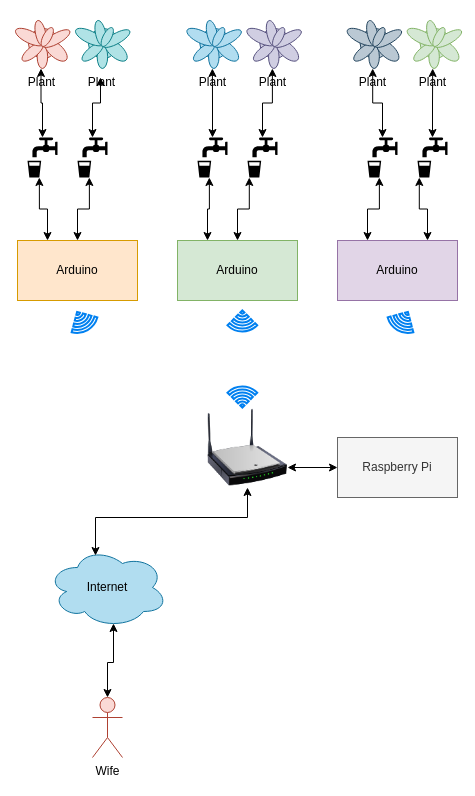
Before: Misc/diagrams/diagram.drawio in marcosolina/watering_can, a draw.io diagram. Source tidied: cells renumbered, new cells numbered last; positions are measured from the earlier drawing's top-left corner, leaving out a move shared by most shapes. Both pictures are drawn from the tidied source at 100%, with x=0, y=0 at pixel (17, 17).
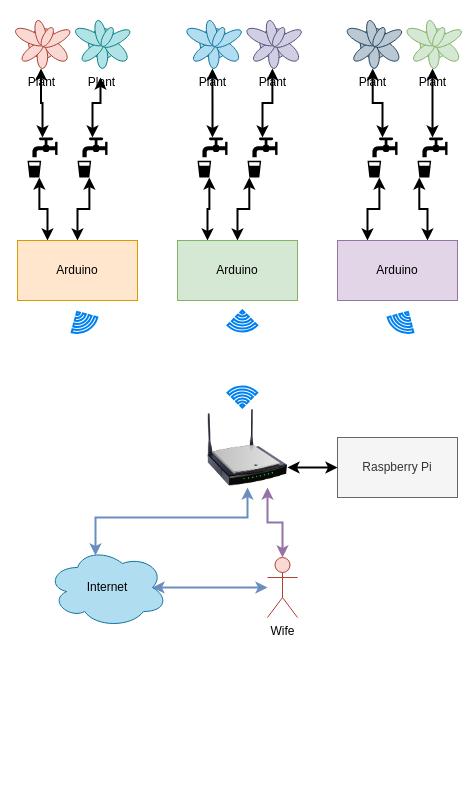
Above is the later version.

The change refers to these unchanged cells:
```xml
<mxCell id="2" value="Raspberry Pi" style="rounded=0;whiteSpace=wrap;html=1;fillColor=#f5f5f5;strokeColor=#666666;fontColor=#333333;" parent="1" vertex="1">
  <mxGeometry x="320" y="420" width="120" height="60" as="geometry" />
</mxCell>
<mxCell id="5" value="Arduino" style="rounded=0;whiteSpace=wrap;html=1;fillColor=#ffe6cc;strokeColor=#d79b00;" parent="1" vertex="1">
  <mxGeometry y="223" width="120" height="60" as="geometry" />
</mxCell>
<mxCell id="8" value="Arduino" style="rounded=0;whiteSpace=wrap;html=1;fillColor=#d5e8d4;strokeColor=#82b366;" parent="1" vertex="1">
  <mxGeometry x="160" y="223" width="120" height="60" as="geometry" />
</mxCell>
<mxCell id="11" value="Arduino" style="rounded=0;whiteSpace=wrap;html=1;fillColor=#e1d5e7;strokeColor=#9673a6;" parent="1" vertex="1">
  <mxGeometry x="320" y="223" width="120" height="60" as="geometry" />
</mxCell>
<mxCell id="13" style="shape=mxgraph.signs.food.drinking_water_2;html=1;fillColor=#000000;strokeColor=none;verticalLabelPosition=bottom;verticalAlign=top;align=center;" parent="1" vertex="1">
  <mxGeometry x="350" y="120" width="30" height="40" as="geometry" />
</mxCell>
<mxCell id="15" style="shape=mxgraph.signs.food.drinking_water_2;html=1;fillColor=#000000;strokeColor=none;verticalLabelPosition=bottom;verticalAlign=top;align=center;" parent="1" vertex="1">
  <mxGeometry x="400" y="120" width="30" height="40" as="geometry" />
</mxCell>
<mxCell id="17" style="shape=mxgraph.signs.food.drinking_water_2;html=1;fillColor=#000000;strokeColor=none;verticalLabelPosition=bottom;verticalAlign=top;align=center;" parent="1" vertex="1">
  <mxGeometry x="10" y="120" width="30" height="40" as="geometry" />
</mxCell>
<mxCell id="19" style="shape=mxgraph.signs.food.drinking_water_2;html=1;fillColor=#000000;strokeColor=none;verticalLabelPosition=bottom;verticalAlign=top;align=center;" parent="1" vertex="1">
  <mxGeometry x="60" y="120" width="30" height="40" as="geometry" />
</mxCell>
<mxCell id="21" style="shape=mxgraph.signs.food.drinking_water_2;html=1;fillColor=#000000;strokeColor=none;verticalLabelPosition=bottom;verticalAlign=top;align=center;" parent="1" vertex="1">
  <mxGeometry x="230" y="120" width="30" height="40" as="geometry" />
</mxCell>
<mxCell id="23" style="shape=mxgraph.signs.food.drinking_water_2;html=1;fillColor=#000000;strokeColor=none;verticalLabelPosition=bottom;verticalAlign=top;align=center;" parent="1" vertex="1">
  <mxGeometry x="180" y="120" width="30" height="40" as="geometry" />
</mxCell>
<mxCell id="28" value="Internet" style="ellipse;shape=cloud;whiteSpace=wrap;html=1;fillColor=#b1ddf0;strokeColor=#10739e;" parent="1" vertex="1">
  <mxGeometry x="30" y="530" width="120" height="80" as="geometry" />
</mxCell>
<mxCell id="31" style="image;html=1;image=img/lib/clip_art/networking/Wireless_Router_N_128x128.png;" parent="1" vertex="1">
  <mxGeometry x="190" y="390" width="80" height="80" as="geometry" />
</mxCell>
<mxCell id="34" value="Plant" style="verticalLabelPosition=bottom;html=1;verticalAlign=top;align=center;shape=mxgraph.floorplan.plant;fillColor=#fad9d5;strokeColor=#ae4132;" parent="1" vertex="1">
  <mxGeometry width="47" height="51" as="geometry" />
</mxCell>
<mxCell id="35" value="Plant" style="verticalLabelPosition=bottom;html=1;verticalAlign=top;align=center;shape=mxgraph.floorplan.plant;fillColor=#b0e3e6;strokeColor=#0e8088;" parent="1" vertex="1">
  <mxGeometry x="60" width="47" height="51" as="geometry" />
</mxCell>
<mxCell id="36" value="Plant" style="verticalLabelPosition=bottom;html=1;verticalAlign=top;align=center;shape=mxgraph.floorplan.plant;fillColor=#b1ddf0;strokeColor=#10739e;" parent="1" vertex="1">
  <mxGeometry x="171.4" width="47" height="51" as="geometry" />
</mxCell>
<mxCell id="37" value="Plant" style="verticalLabelPosition=bottom;html=1;verticalAlign=top;align=center;shape=mxgraph.floorplan.plant;fillColor=#d0cee2;strokeColor=#56517e;" parent="1" vertex="1">
  <mxGeometry x="231.4" width="47" height="51" as="geometry" />
</mxCell>
<mxCell id="38" value="Plant" style="verticalLabelPosition=bottom;html=1;verticalAlign=top;align=center;shape=mxgraph.floorplan.plant;fillColor=#bac8d3;strokeColor=#23445d;" parent="1" vertex="1">
  <mxGeometry x="331.7" width="47" height="51" as="geometry" />
</mxCell>
```

Diff of the diagram source:
```diff
@@
-    <mxCell id="3" style="edgeStyle=orthogonalEdgeStyle;rounded=0;jettySize=auto;html=1;exitX=0.25;exitY=0;exitDx=0;exitDy=0;entryX=0.395;entryY=1;entryDx=0;entryDy=0;entryPerimeter=0;startArrow=classic;startFill=1;" parent="1" edge="1" source="5" target="17">
+    <mxCell id="3" style="edgeStyle=orthogonalEdgeStyle;rounded=0;jettySize=auto;html=1;exitX=0.25;exitY=0;exitDx=0;exitDy=0;entryX=0.395;entryY=1;entryDx=0;entryDy=0;entryPerimeter=0;startArrow=classic;startFill=1;strokeWidth=2;" parent="1" edge="1" source="5" target="17">
       <mxGeometry relative="1" as="geometry" />
     </mxCell>
-    <mxCell id="4" style="edgeStyle=orthogonalEdgeStyle;rounded=0;jettySize=auto;html=1;exitX=0.5;exitY=0;exitDx=0;exitDy=0;entryX=0.395;entryY=1;entryDx=0;entryDy=0;entryPerimeter=0;startArrow=classic;startFill=1;" parent="1" edge="1" source="5" target="19">
+    <mxCell id="4" style="edgeStyle=orthogonalEdgeStyle;rounded=0;jettySize=auto;html=1;exitX=0.5;exitY=0;exitDx=0;exitDy=0;entryX=0.395;entryY=1;entryDx=0;entryDy=0;entryPerimeter=0;startArrow=classic;startFill=1;strokeWidth=2;" parent="1" edge="1" source="5" target="19">
       <mxGeometry relative="1" as="geometry" />
     </mxCell>
@@
-    <mxCell id="6" style="edgeStyle=orthogonalEdgeStyle;rounded=0;jettySize=auto;html=1;exitX=0.25;exitY=0;exitDx=0;exitDy=0;entryX=0.395;entryY=1;entryDx=0;entryDy=0;entryPerimeter=0;startArrow=classic;startFill=1;" parent="1" edge="1" source="8" target="23">
+    <mxCell id="6" style="edgeStyle=orthogonalEdgeStyle;rounded=0;jettySize=auto;html=1;exitX=0.25;exitY=0;exitDx=0;exitDy=0;entryX=0.395;entryY=1;entryDx=0;entryDy=0;entryPerimeter=0;startArrow=classic;startFill=1;strokeWidth=2;" parent="1" edge="1" source="8" target="23">
       <mxGeometry relative="1" as="geometry" />
     </mxCell>
-    <mxCell id="7" style="edgeStyle=orthogonalEdgeStyle;rounded=0;jettySize=auto;html=1;exitX=0.5;exitY=0;exitDx=0;exitDy=0;entryX=0.06;entryY=1;entryDx=0;entryDy=0;entryPerimeter=0;startArrow=classic;startFill=1;" parent="1" edge="1" source="8" target="21">
+    <mxCell id="7" style="edgeStyle=orthogonalEdgeStyle;rounded=0;jettySize=auto;html=1;exitX=0.5;exitY=0;exitDx=0;exitDy=0;entryX=0.06;entryY=1;entryDx=0;entryDy=0;entryPerimeter=0;startArrow=classic;startFill=1;strokeWidth=2;" parent="1" edge="1" source="8" target="21">
       <mxGeometry relative="1" as="geometry" />
     </mxCell>
@@
-    <mxCell id="9" style="edgeStyle=orthogonalEdgeStyle;rounded=0;jettySize=auto;html=1;exitX=0.25;exitY=0;exitDx=0;exitDy=0;entryX=0.395;entryY=1;entryDx=0;entryDy=0;entryPerimeter=0;startArrow=classic;startFill=1;" parent="1" edge="1" source="11" target="13">
+    <mxCell id="9" style="edgeStyle=orthogonalEdgeStyle;rounded=0;jettySize=auto;html=1;exitX=0.25;exitY=0;exitDx=0;exitDy=0;entryX=0.395;entryY=1;entryDx=0;entryDy=0;entryPerimeter=0;startArrow=classic;startFill=1;strokeWidth=2;" parent="1" edge="1" source="11" target="13">
       <mxGeometry relative="1" as="geometry" />
     </mxCell>
-    <mxCell id="10" style="edgeStyle=orthogonalEdgeStyle;rounded=0;jettySize=auto;html=1;exitX=0.75;exitY=0;exitDx=0;exitDy=0;entryX=0.06;entryY=1;entryDx=0;entryDy=0;entryPerimeter=0;startArrow=classic;startFill=1;" parent="1" edge="1" source="11" target="15">
+    <mxCell id="10" style="edgeStyle=orthogonalEdgeStyle;rounded=0;jettySize=auto;html=1;exitX=0.75;exitY=0;exitDx=0;exitDy=0;entryX=0.06;entryY=1;entryDx=0;entryDy=0;entryPerimeter=0;startArrow=classic;startFill=1;strokeWidth=2;" parent="1" edge="1" source="11" target="15">
       <mxGeometry relative="1" as="geometry" />
     </mxCell>
@@
-    <mxCell id="12" style="edgeStyle=orthogonalEdgeStyle;rounded=0;jettySize=auto;html=1;exitX=0.5;exitY=0;exitDx=0;exitDy=0;exitPerimeter=0;startArrow=classic;startFill=1;" parent="1" edge="1" source="13" target="38">
+    <mxCell id="12" style="edgeStyle=orthogonalEdgeStyle;rounded=0;jettySize=auto;html=1;exitX=0.5;exitY=0;exitDx=0;exitDy=0;exitPerimeter=0;startArrow=classic;startFill=1;strokeWidth=2;" parent="1" edge="1" source="13" target="38">
       <mxGeometry relative="1" as="geometry" />
     </mxCell>
@@
-    <mxCell id="14" style="edgeStyle=orthogonalEdgeStyle;rounded=0;jettySize=auto;html=1;exitX=0.5;exitY=0;exitDx=0;exitDy=0;exitPerimeter=0;startArrow=classic;startFill=1;" parent="1" edge="1" source="15" target="39">
+    <mxCell id="14" style="edgeStyle=orthogonalEdgeStyle;rounded=0;jettySize=auto;html=1;exitX=0.5;exitY=0;exitDx=0;exitDy=0;exitPerimeter=0;startArrow=classic;startFill=1;strokeWidth=2;" parent="1" edge="1" source="15" target="39">
       <mxGeometry relative="1" as="geometry" />
     </mxCell>
@@
-    <mxCell id="16" style="edgeStyle=orthogonalEdgeStyle;rounded=0;jettySize=auto;html=1;exitX=0.5;exitY=0;exitDx=0;exitDy=0;exitPerimeter=0;startArrow=classic;startFill=1;" parent="1" edge="1" source="17" target="34">
+    <mxCell id="16" style="edgeStyle=orthogonalEdgeStyle;rounded=0;jettySize=auto;html=1;exitX=0.5;exitY=0;exitDx=0;exitDy=0;exitPerimeter=0;startArrow=classic;startFill=1;strokeWidth=2;" parent="1" edge="1" source="17" target="34">
       <mxGeometry relative="1" as="geometry" />
     </mxCell>
@@
-    <mxCell id="18" style="edgeStyle=orthogonalEdgeStyle;rounded=0;jettySize=auto;html=1;exitX=0.5;exitY=0;exitDx=0;exitDy=0;exitPerimeter=0;entryX=0.489;entryY=1.176;entryDx=0;entryDy=0;entryPerimeter=0;startArrow=classic;startFill=1;" parent="1" edge="1" source="19" target="35">
+    <mxCell id="18" style="edgeStyle=orthogonalEdgeStyle;rounded=0;jettySize=auto;html=1;exitX=0.5;exitY=0;exitDx=0;exitDy=0;exitPerimeter=0;entryX=0.489;entryY=1.176;entryDx=0;entryDy=0;entryPerimeter=0;startArrow=classic;startFill=1;strokeWidth=2;" parent="1" edge="1" source="19" target="35">
       <mxGeometry relative="1" as="geometry" />
     </mxCell>
@@
-    <mxCell id="20" style="edgeStyle=orthogonalEdgeStyle;rounded=0;jettySize=auto;html=1;exitX=0.5;exitY=0;exitDx=0;exitDy=0;exitPerimeter=0;startArrow=classic;startFill=1;" parent="1" edge="1" source="21" target="37">
+    <mxCell id="20" style="edgeStyle=orthogonalEdgeStyle;rounded=0;jettySize=auto;html=1;exitX=0.5;exitY=0;exitDx=0;exitDy=0;exitPerimeter=0;startArrow=classic;startFill=1;strokeWidth=2;" parent="1" edge="1" source="21" target="37">
       <mxGeometry relative="1" as="geometry" />
     </mxCell>
@@
-    <mxCell id="22" style="edgeStyle=orthogonalEdgeStyle;rounded=0;jettySize=auto;html=1;exitX=0.5;exitY=0;exitDx=0;exitDy=0;exitPerimeter=0;startArrow=classic;startFill=1;" parent="1" edge="1" source="23" target="36">
+    <mxCell id="22" style="edgeStyle=orthogonalEdgeStyle;rounded=0;jettySize=auto;html=1;exitX=0.5;exitY=0;exitDx=0;exitDy=0;exitPerimeter=0;startArrow=classic;startFill=1;strokeWidth=2;" parent="1" edge="1" source="23" target="36">
       <mxGeometry relative="1" as="geometry" />
     </mxCell>
@@
+    <mxCell id="40" style="edgeStyle=orthogonalEdgeStyle;rounded=0;jettySize=auto;html=1;exitX=0.875;exitY=0.5;exitDx=0;exitDy=0;exitPerimeter=0;startArrow=classic;startFill=1;strokeWidth=2;fillColor=#dae8fc;strokeColor=#6c8ebf;" parent="1" edge="1" source="28" target="33">
+      <mxGeometry relative="1" as="geometry" />
+    </mxCell>
@@
-    <mxCell id="29" style="edgeStyle=orthogonalEdgeStyle;rounded=0;jettySize=auto;html=1;exitX=0.5;exitY=1;exitDx=0;exitDy=0;entryX=0.4;entryY=0.1;entryDx=0;entryDy=0;entryPerimeter=0;startArrow=classic;startFill=1;" parent="1" edge="1" source="31" target="28">
+    <mxCell id="29" style="edgeStyle=orthogonalEdgeStyle;rounded=0;jettySize=auto;html=1;exitX=0.5;exitY=1;exitDx=0;exitDy=0;entryX=0.4;entryY=0.1;entryDx=0;entryDy=0;entryPerimeter=0;startArrow=classic;startFill=1;strokeWidth=2;fillColor=#dae8fc;strokeColor=#6c8ebf;" parent="1" edge="1" source="31" target="28">
       <mxGeometry relative="1" as="geometry" />
     </mxCell>
-    <mxCell id="30" style="edgeStyle=orthogonalEdgeStyle;rounded=0;jettySize=auto;html=1;exitX=1;exitY=0.75;exitDx=0;exitDy=0;entryX=0;entryY=0.5;entryDx=0;entryDy=0;startArrow=classic;startFill=1;" parent="1" edge="1" source="31" target="2">
+    <mxCell id="30" style="edgeStyle=orthogonalEdgeStyle;rounded=0;jettySize=auto;html=1;exitX=1;exitY=0.75;exitDx=0;exitDy=0;entryX=0;entryY=0.5;entryDx=0;entryDy=0;startArrow=classic;startFill=1;strokeWidth=2;" parent="1" edge="1" source="31" target="2">
       <mxGeometry relative="1" as="geometry" />
     </mxCell>
@@
-    <mxCell id="32" style="edgeStyle=orthogonalEdgeStyle;rounded=0;jettySize=auto;html=1;exitX=0.5;exitY=0;exitDx=0;exitDy=0;exitPerimeter=0;entryX=0.55;entryY=0.95;entryDx=0;entryDy=0;entryPerimeter=0;startArrow=classic;startFill=1;" parent="1" edge="1" source="33" target="28">
-      <mxGeometry relative="1" as="geometry" />
-    </mxCell>
+    <mxCell id="41" style="edgeStyle=orthogonalEdgeStyle;rounded=0;jettySize=auto;html=1;exitX=0.5;exitY=0;exitDx=0;exitDy=0;exitPerimeter=0;entryX=0.75;entryY=1;entryDx=0;entryDy=0;startArrow=classic;startFill=1;strokeWidth=2;fillColor=#e1d5e7;strokeColor=#9673a6;" parent="1" edge="1" source="33" target="31">
+      <mxGeometry relative="1" as="geometry" />
+    </mxCell>
     <mxCell id="33" value="Wife" style="shape=umlActor;verticalLabelPosition=bottom;verticalAlign=top;html=1;outlineConnect=0;fillColor=#fad9d5;strokeColor=#ae4132;" parent="1" vertex="1">
-      <mxGeometry x="75" y="680" width="30" height="60" as="geometry" />
+      <mxGeometry x="250" y="540" width="30" height="60" as="geometry" />
     </mxCell>
@@
     <mxCell id="39" value="Plant" style="verticalLabelPosition=bottom;html=1;verticalAlign=top;align=center;shape=mxgraph.floorplan.plant;fillColor=#d5e8d4;strokeColor=#82b366;" parent="1" vertex="1">
-      <mxGeometry x="391.7" width="47" height="51" as="geometry" />
+      <mxGeometry x="391.5" width="47" height="51" as="geometry" />
     </mxCell>
```
